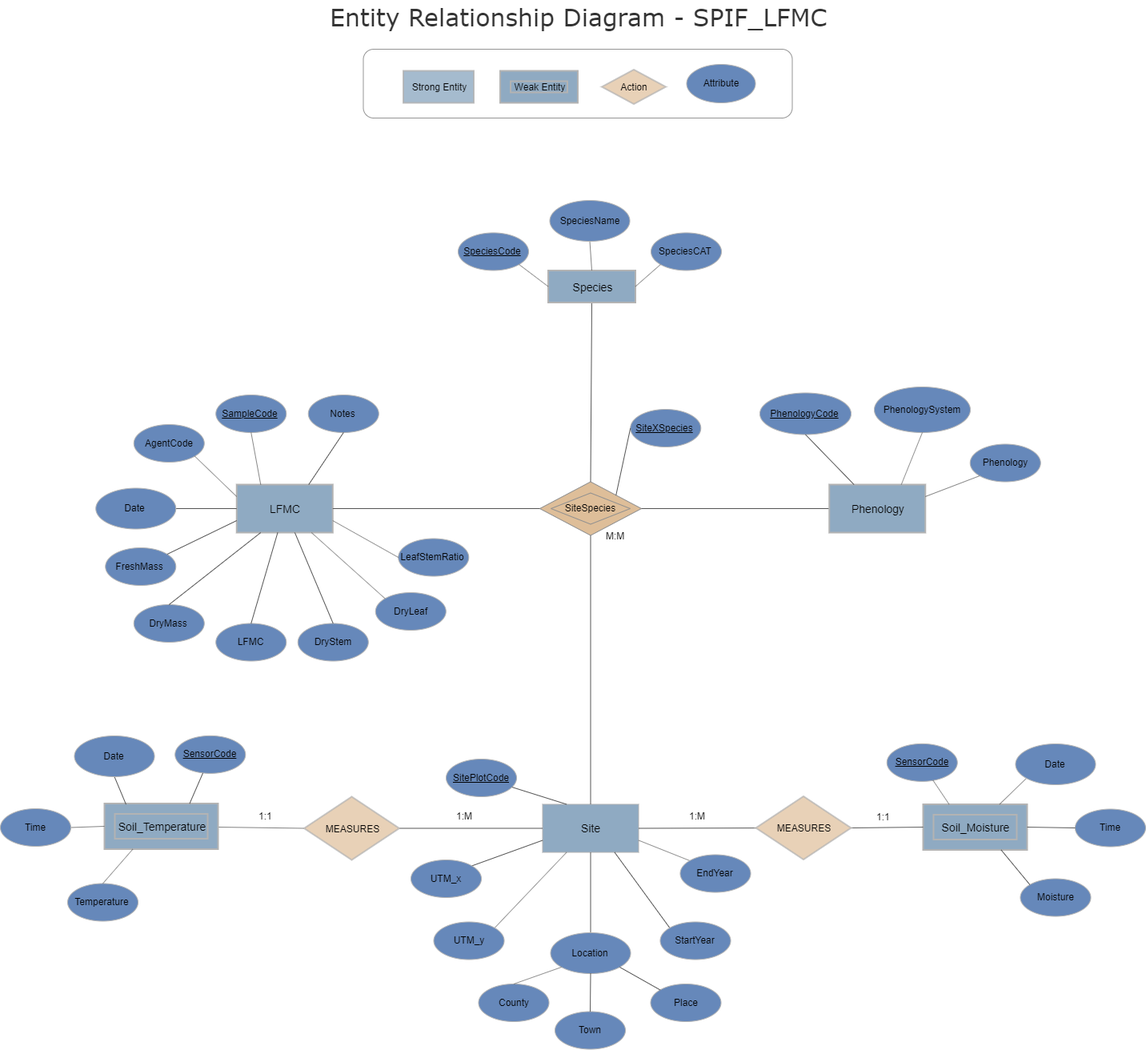
This is vignettes/SPIF_ERD.png from spif-ctfc/LFMC, a draw.io export, as it was before one commit. Source tidied: cells renumbered, new cells last; positions are measured from the earlier drawing's top-left corner, leaving out a move shared by most shapes.
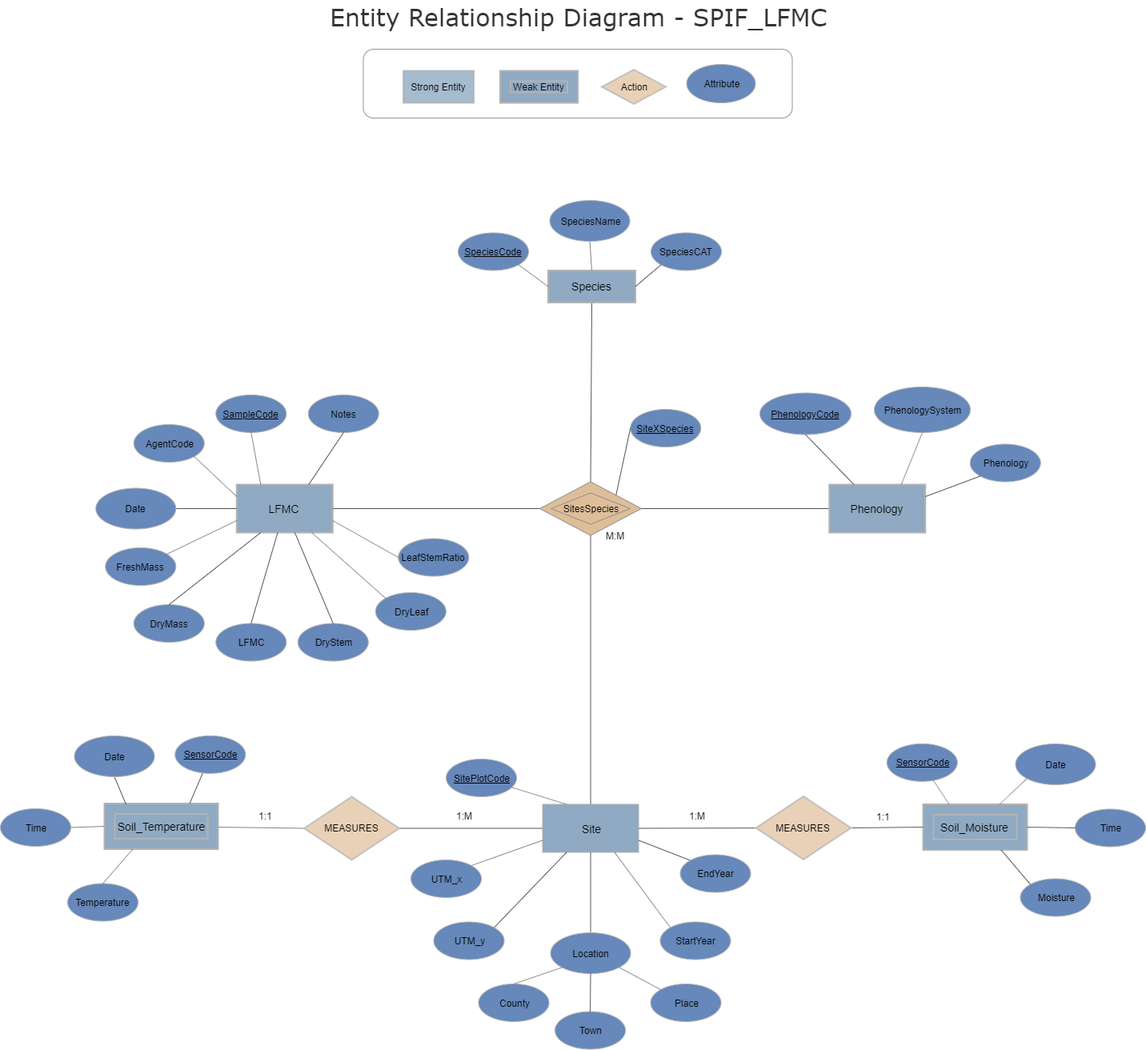
The same diagram one commit later.

What changed in the source:
```diff
@@ -41,7 +41,7 @@
     <mxCell id="14" value="M:M" style="text;html=1;align=left;verticalAlign=top;spacingTop=-4;" parent="1" vertex="1">
       <mxGeometry x="755" y="659.5" width="40" height="20" as="geometry" />
     </mxCell>
-    <mxCell id="15" value="SiteSpecies" style="rhombus;whiteSpace=wrap;html=1;strokeWidth=1;margin=10;double=1;fillColor=#DEBE99;strokeColor=#8F8F8F;" parent="1" vertex="1">
+    <mxCell id="15" value="SitesSpecies" style="rhombus;whiteSpace=wrap;html=1;strokeWidth=1;margin=10;double=1;fillColor=#DEBE99;strokeColor=#8F8F8F;" parent="1" vertex="1">
       <mxGeometry x="674" y="601.5" width="127" height="67" as="geometry" />
     </mxCell>
     <mxCell id="16" value="&lt;font style=&quot;font-size: 14px&quot; color=&quot;#000000&quot;&gt;Species&lt;/font&gt;" style="whiteSpace=wrap;html=1;fillColor=#8FAAC2;strokeColor=#B3B3B3;fontColor=#ffffff;strokeWidth=2;shadow=0;" parent="1" vertex="1">
```
